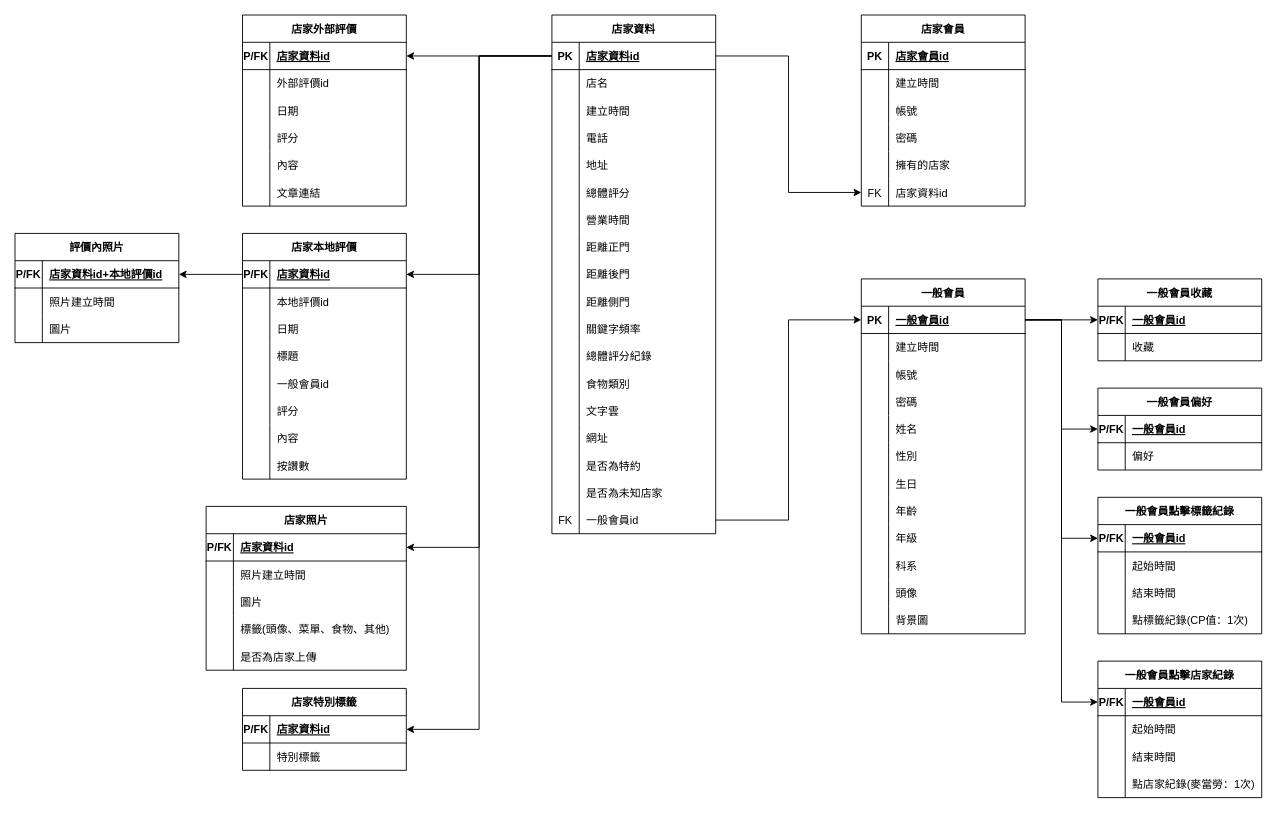
Before: 檔案繳交/資料庫/關聯資料表/10846043_關聯資料表.drawio in project-hungry-don-t-care-food/111402, a draw.io diagram. Source tidied: cells renumbered, new cells numbered last; positions are measured from the earlier drawing's top-left corner, leaving out a move shared by most shapes. Both pictures are drawn from the tidied source at 91%, with x=0, y=0 at pixel (15, 15).
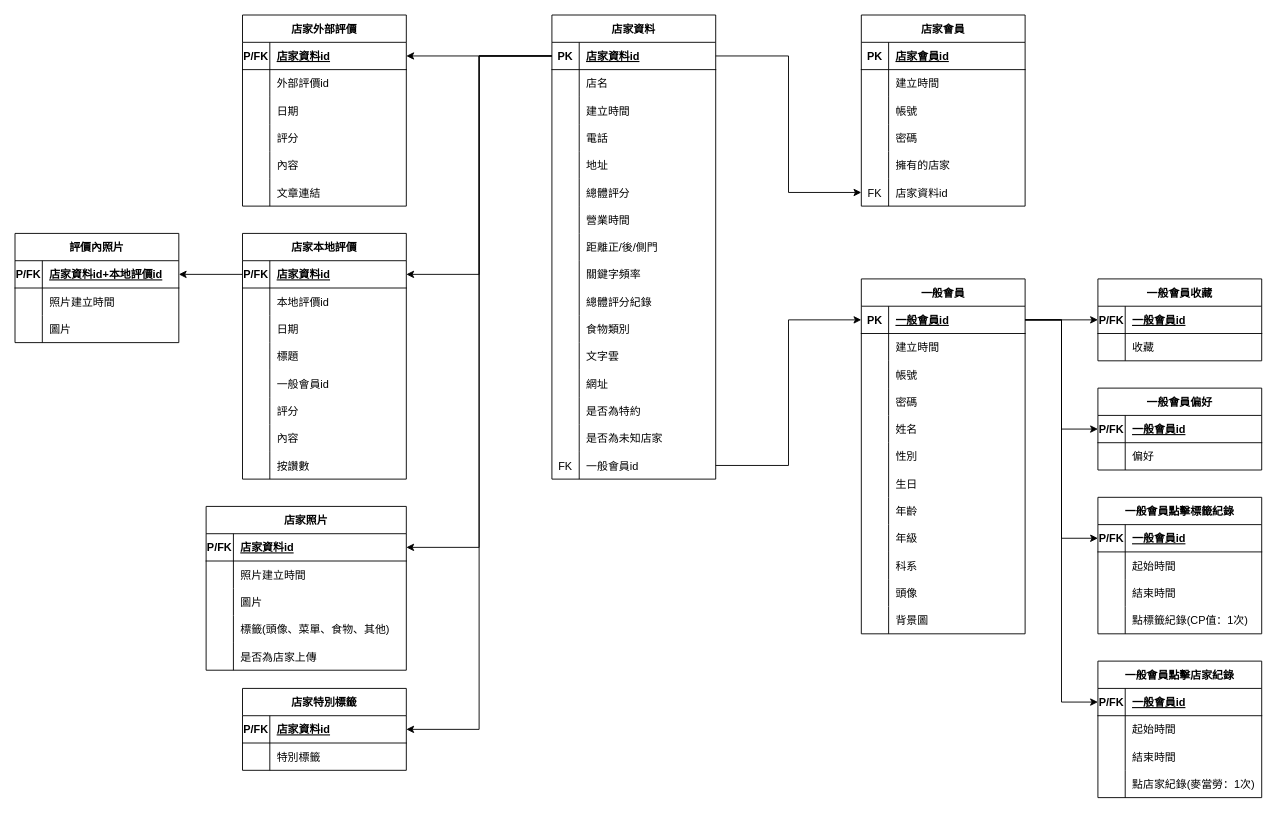
The same diagram, later.

Unchanged cells that the change refers to:
```xml
<mxCell id="24" style="shape=tableRow;horizontal=0;startSize=0;swimlaneHead=0;swimlaneBody=0;fillColor=none;top=0;left=0;right=0;bottom=0;" parent="2" vertex="1">
  <mxGeometry y="240" width="180" height="30" as="geometry" />
</mxCell>
```

Diff of the diagram source:
```diff
@@
     <mxCell id="2" value="店家資料" style="shape=table;startSize=30;childLayout=tableLayout;rowLines=0;fontStyle=1;align=center;" parent="1" vertex="1">
-      <mxGeometry x="590" width="180" height="570" as="geometry" />
+      <mxGeometry x="590" width="180" height="510" as="geometry" />
     </mxCell>
@@
-    <mxCell id="26" value="距離正門" style="shape=partialRectangle;fillColor=none;top=0;left=0;bottom=0;right=0;align=left;spacingLeft=6;overflow=hidden;" parent="24" vertex="1">
+    <mxCell id="26" value="距離正/後/側門" style="shape=partialRectangle;fillColor=none;top=0;left=0;bottom=0;right=0;align=left;spacingLeft=6;overflow=hidden;" parent="24" vertex="1">
       <mxGeometry x="30" width="150" height="30" as="geometry" />
     </mxCell>
-    <mxCell id="27" style="shape=tableRow;horizontal=0;startSize=0;swimlaneHead=0;swimlaneBody=0;fillColor=none;top=0;left=0;right=0;bottom=0;" parent="2" vertex="1">
-      <mxGeometry y="270" width="180" height="30" as="geometry" />
-    </mxCell>
-    <mxCell id="28" style="shape=partialRectangle;fillColor=none;top=0;left=0;bottom=0;right=0;overflow=hidden;" parent="27" vertex="1">
-      <mxGeometry width="30" height="30" as="geometry" />
-    </mxCell>
-    <mxCell id="29" value="距離後門" style="shape=partialRectangle;fillColor=none;top=0;left=0;bottom=0;right=0;align=left;spacingLeft=6;overflow=hidden;" parent="27" vertex="1">
-      <mxGeometry x="30" width="150" height="30" as="geometry" />
-    </mxCell>
-    <mxCell id="30" style="shape=tableRow;horizontal=0;startSize=0;swimlaneHead=0;swimlaneBody=0;fillColor=none;top=0;left=0;right=0;bottom=0;" parent="2" vertex="1">
-      <mxGeometry y="300" width="180" height="30" as="geometry" />
-    </mxCell>
-    <mxCell id="31" style="shape=partialRectangle;fillColor=none;top=0;left=0;bottom=0;right=0;overflow=hidden;" parent="30" vertex="1">
-      <mxGeometry width="30" height="30" as="geometry" />
-    </mxCell>
-    <mxCell id="32" value="距離側門" style="shape=partialRectangle;fillColor=none;top=0;left=0;bottom=0;right=0;align=left;spacingLeft=6;overflow=hidden;" parent="30" vertex="1">
-      <mxGeometry x="30" width="150" height="30" as="geometry" />
-    </mxCell>
     <mxCell id="33" style="shape=tableRow;horizontal=0;startSize=0;swimlaneHead=0;swimlaneBody=0;fillColor=none;top=0;left=0;right=0;bottom=0;" parent="2" vertex="1">
-      <mxGeometry y="330" width="180" height="30" as="geometry" />
+      <mxGeometry y="270" width="180" height="30" as="geometry" />
     </mxCell>
@@
     <mxCell id="36" style="shape=tableRow;horizontal=0;startSize=0;swimlaneHead=0;swimlaneBody=0;fillColor=none;top=0;left=0;right=0;bottom=0;" parent="2" vertex="1">
-      <mxGeometry y="360" width="180" height="30" as="geometry" />
+      <mxGeometry y="300" width="180" height="30" as="geometry" />
     </mxCell>
@@
     <mxCell id="39" style="shape=tableRow;horizontal=0;startSize=0;swimlaneHead=0;swimlaneBody=0;fillColor=none;top=0;left=0;right=0;bottom=0;" parent="2" vertex="1">
-      <mxGeometry y="390" width="180" height="30" as="geometry" />
+      <mxGeometry y="330" width="180" height="30" as="geometry" />
     </mxCell>
@@
     <mxCell id="42" style="shape=tableRow;horizontal=0;startSize=0;swimlaneHead=0;swimlaneBody=0;fillColor=none;top=0;left=0;right=0;bottom=0;" parent="2" vertex="1">
-      <mxGeometry y="420" width="180" height="30" as="geometry" />
+      <mxGeometry y="360" width="180" height="30" as="geometry" />
     </mxCell>
@@
     <mxCell id="45" style="shape=tableRow;horizontal=0;startSize=0;swimlaneHead=0;swimlaneBody=0;fillColor=none;top=0;left=0;right=0;bottom=0;" parent="2" vertex="1">
-      <mxGeometry y="450" width="180" height="30" as="geometry" />
+      <mxGeometry y="390" width="180" height="30" as="geometry" />
     </mxCell>
@@
     <mxCell id="48" style="shape=tableRow;horizontal=0;startSize=0;swimlaneHead=0;swimlaneBody=0;fillColor=none;top=0;left=0;right=0;bottom=0;" parent="2" vertex="1">
-      <mxGeometry y="480" width="180" height="30" as="geometry" />
+      <mxGeometry y="420" width="180" height="30" as="geometry" />
     </mxCell>
@@
     <mxCell id="51" style="shape=tableRow;horizontal=0;startSize=0;swimlaneHead=0;swimlaneBody=0;fillColor=none;top=0;left=0;right=0;bottom=0;" parent="2" vertex="1">
-      <mxGeometry y="510" width="180" height="30" as="geometry" />
+      <mxGeometry y="450" width="180" height="30" as="geometry" />
     </mxCell>
@@
     <mxCell id="54" style="shape=tableRow;horizontal=0;startSize=0;swimlaneHead=0;swimlaneBody=0;fillColor=none;points=[[0,0.5],[1,0.5]];portConstraint=eastwest;top=0;left=0;right=0;bottom=0;" parent="2" vertex="1">
-      <mxGeometry y="540" width="180" height="30" as="geometry" />
+      <mxGeometry y="480" width="180" height="30" as="geometry" />
     </mxCell>
```
